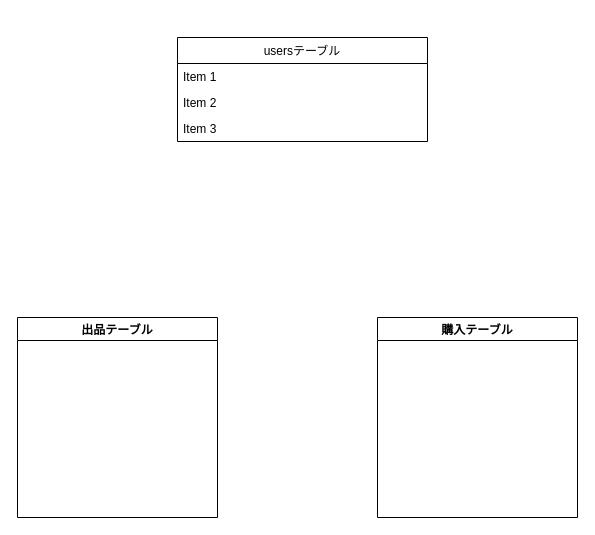
This is fulima.dio from suwakouhei/furima-34729, a draw.io file, before an edit. Source tidied: cells renumbered, new cells numbered last; positions are measured from the earlier drawing's top-left corner, leaving out a move shared by most shapes. Both pictures are drawn from the tidied source at 100%, with x=0, y=0 at pixel (17, 37).
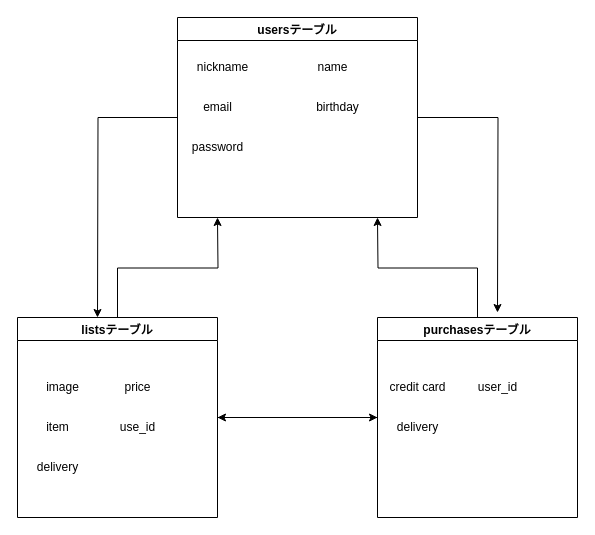
The same diagram, later.

Diff of the diagram source:
```diff
@@
+    <mxCell id="8" style="edgeStyle=orthogonalEdgeStyle;rounded=0;jettySize=auto;html=1;entryX=0;entryY=0.5;entryDx=0;entryDy=0;" parent="1" edge="1" source="6" target="7">
+      <mxGeometry relative="1" as="geometry" />
+    </mxCell>
+    <mxCell id="9" style="edgeStyle=orthogonalEdgeStyle;rounded=0;jettySize=auto;html=1;exitX=0.5;exitY=0;exitDx=0;exitDy=0;" parent="1" edge="1" source="6">
+      <mxGeometry relative="1" as="geometry">
+        <mxPoint x="200" y="180" as="targetPoint" />
+      </mxGeometry>
+    </mxCell>
+    <mxCell id="6" value="listsテーブル" style="swimlane;startSize=23;" parent="1" vertex="1">
+      <mxGeometry y="280" width="200" height="200" as="geometry" />
+    </mxCell>
+    <mxCell id="10" value="image&lt;br&gt;" style="text;html=1;align=center;verticalAlign=middle;strokeColor=none;" parent="6" vertex="1">
+      <mxGeometry x="20" y="60" width="50" height="20" as="geometry" />
+    </mxCell>
+    <mxCell id="11" value="item&lt;br&gt;" style="text;html=1;align=center;verticalAlign=middle;strokeColor=none;" parent="6" vertex="1">
+      <mxGeometry x="20" y="100" width="40" height="20" as="geometry" />
+    </mxCell>
+    <mxCell id="12" value="delivery&lt;br&gt;" style="text;html=1;align=center;verticalAlign=middle;strokeColor=none;" parent="6" vertex="1">
+      <mxGeometry x="10" y="140" width="60" height="20" as="geometry" />
+    </mxCell>
+    <mxCell id="13" value="price" style="text;html=1;align=center;verticalAlign=middle;strokeColor=none;" parent="6" vertex="1">
+      <mxGeometry x="100" y="60" width="40" height="20" as="geometry" />
+    </mxCell>
+    <mxCell id="14" style="edgeStyle=orthogonalEdgeStyle;rounded=0;jettySize=auto;html=1;entryX=1;entryY=0.5;entryDx=0;entryDy=0;" parent="1" edge="1" source="7" target="6">
+      <mxGeometry relative="1" as="geometry" />
+    </mxCell>
+    <mxCell id="15" style="edgeStyle=orthogonalEdgeStyle;rounded=0;jettySize=auto;html=1;exitX=0.5;exitY=0;exitDx=0;exitDy=0;" parent="1" edge="1" source="7">
+      <mxGeometry relative="1" as="geometry">
+        <mxPoint x="360" y="180" as="targetPoint" />
+      </mxGeometry>
+    </mxCell>
+    <mxCell id="7" value="purchasesテーブル" style="swimlane;" parent="1" vertex="1">
+      <mxGeometry x="360" y="280" width="200" height="200" as="geometry" />
+    </mxCell>
+    <mxCell id="16" style="edgeStyle=orthogonalEdgeStyle;rounded=0;jettySize=auto;html=1;exitX=0;exitY=0.5;exitDx=0;exitDy=0;" parent="1" edge="1" source="2">
+      <mxGeometry relative="1" as="geometry">
+        <mxPoint x="80" y="280" as="targetPoint" />
+      </mxGeometry>
+    </mxCell>
+    <mxCell id="17" style="edgeStyle=orthogonalEdgeStyle;rounded=0;jettySize=auto;html=1;exitX=1;exitY=0.5;exitDx=0;exitDy=0;" parent="1" edge="1" source="2">
+      <mxGeometry relative="1" as="geometry">
+        <mxPoint x="480" y="275" as="targetPoint" />
+      </mxGeometry>
+    </mxCell>
-    <mxCell id="2" value="usersテーブル" style="swimlane;fontStyle=0;horizontal=1;startSize=26;" parent="1" vertex="1">
-      <mxGeometry x="160" width="250" height="104" as="geometry" />
+    <mxCell id="2" value="usersテーブル" style="swimlane;" parent="1" vertex="1">
+      <mxGeometry x="160" y="-20" width="240" height="200" as="geometry" />
     </mxCell>
-    <mxCell id="3" value="Item 1" style="text;strokeColor=none;fillColor=none;align=left;verticalAlign=top;spacingLeft=4;spacingRight=4;overflow=hidden;" parent="2" vertex="1">
-      <mxGeometry y="26" width="250" height="26" as="geometry" />
-    </mxCell>
-    <mxCell id="4" value="Item 2" style="text;strokeColor=none;fillColor=none;align=left;verticalAlign=top;spacingLeft=4;spacingRight=4;overflow=hidden;" parent="2" vertex="1">
-      <mxGeometry y="52" width="250" height="26" as="geometry" />
-    </mxCell>
-    <mxCell id="5" value="Item 3" style="text;strokeColor=none;fillColor=none;align=left;verticalAlign=top;spacingLeft=4;spacingRight=4;overflow=hidden;" parent="2" vertex="1">
-      <mxGeometry y="78" width="250" height="26" as="geometry" />
-    </mxCell>
-    <mxCell id="6" value="出品テーブル" style="swimlane;" parent="1" vertex="1">
-      <mxGeometry y="280" width="200" height="200" as="geometry" />
-    </mxCell>
-    <mxCell id="7" value="購入テーブル" style="swimlane;" parent="1" vertex="1">
-      <mxGeometry x="360" y="280" width="200" height="200" as="geometry" />
-    </mxCell>
+    <mxCell id="18" value="nickname&lt;br&gt;" style="text;html=1;align=center;verticalAlign=middle;strokeColor=none;" parent="2" vertex="1">
+      <mxGeometry x="10" y="40" width="70" height="20" as="geometry" />
+    </mxCell>
+    <mxCell id="19" value="password&lt;br&gt;" style="text;html=1;align=center;verticalAlign=middle;strokeColor=none;" parent="2" vertex="1">
+      <mxGeometry x="5" y="120" width="70" height="20" as="geometry" />
+    </mxCell>
+    <mxCell id="20" value="birthday&lt;br&gt;" style="text;html=1;align=center;verticalAlign=middle;strokeColor=none;" parent="2" vertex="1">
+      <mxGeometry x="130" y="80" width="60" height="20" as="geometry" />
+    </mxCell>
+    <mxCell id="21" value="name" style="text;html=1;align=center;verticalAlign=middle;strokeColor=none;" parent="2" vertex="1">
+      <mxGeometry x="130" y="40" width="50" height="20" as="geometry" />
+    </mxCell>
+    <mxCell id="22" value="email&lt;br&gt;" style="text;html=1;align=center;verticalAlign=middle;strokeColor=none;" parent="1" vertex="1">
+      <mxGeometry x="180" y="60" width="40" height="20" as="geometry" />
+    </mxCell>
+    <mxCell id="23" value="use_id" style="text;html=1;align=center;verticalAlign=middle;strokeColor=none;" parent="1" vertex="1">
+      <mxGeometry x="95" y="380" width="50" height="20" as="geometry" />
+    </mxCell>
+    <mxCell id="24" value="credit card" style="text;html=1;align=center;verticalAlign=middle;strokeColor=none;" parent="1" vertex="1">
+      <mxGeometry x="365" y="340" width="70" height="20" as="geometry" />
+    </mxCell>
+    <mxCell id="25" value="delivery" style="text;html=1;align=center;verticalAlign=middle;strokeColor=none;" parent="1" vertex="1">
+      <mxGeometry x="370" y="380" width="60" height="20" as="geometry" />
+    </mxCell>
+    <mxCell id="26" value="user_id" style="text;html=1;align=center;verticalAlign=middle;strokeColor=none;" parent="1" vertex="1">
+      <mxGeometry x="455" y="340" width="50" height="20" as="geometry" />
+    </mxCell>
```
